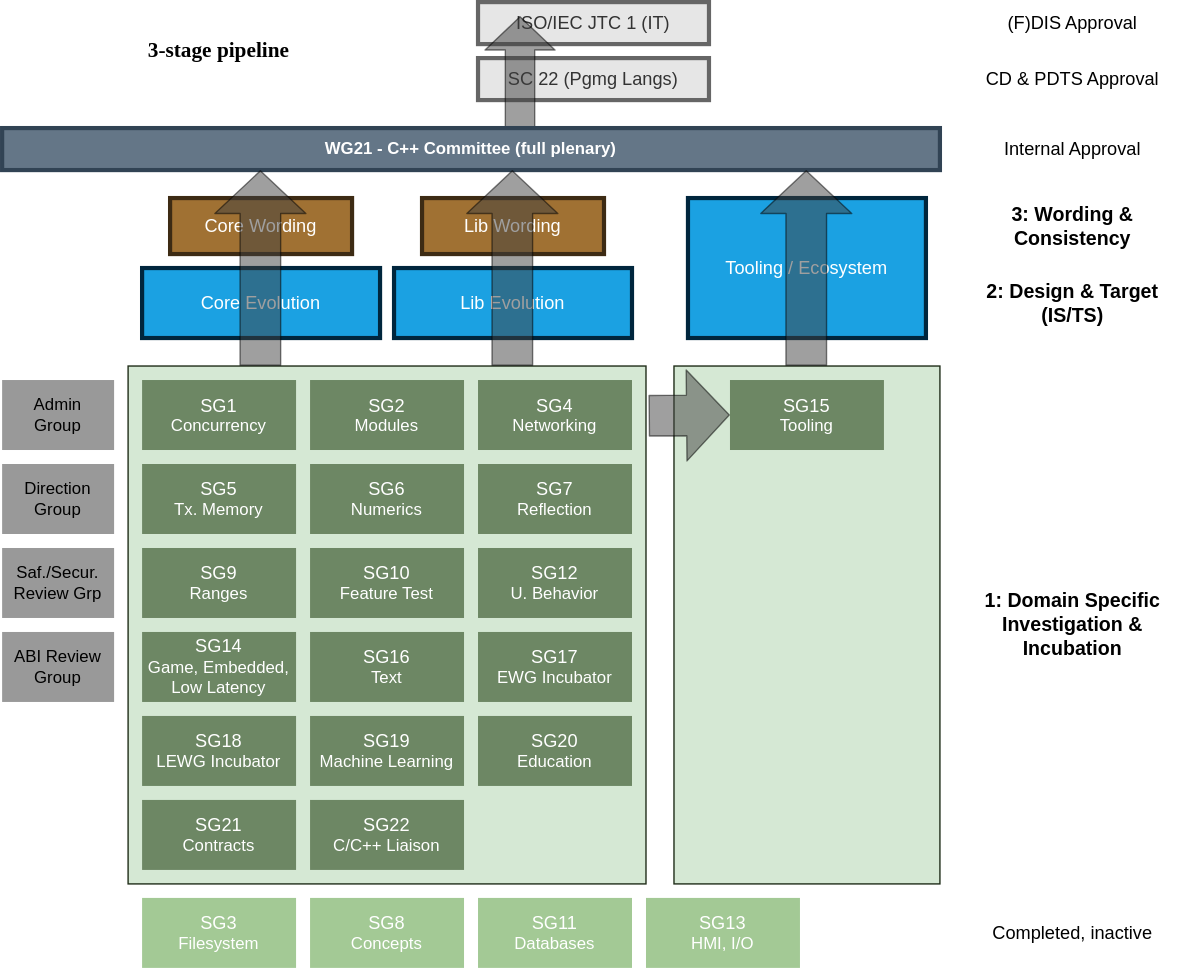
Earlier version of the draw.io export wg21/ecosystem_is/process.drawio.svg (grafikrobot/papers). Source tidied: cells renumbered, new cells last; positions are measured from the earlier drawing's top-left corner, leaving out a move shared by most shapes.
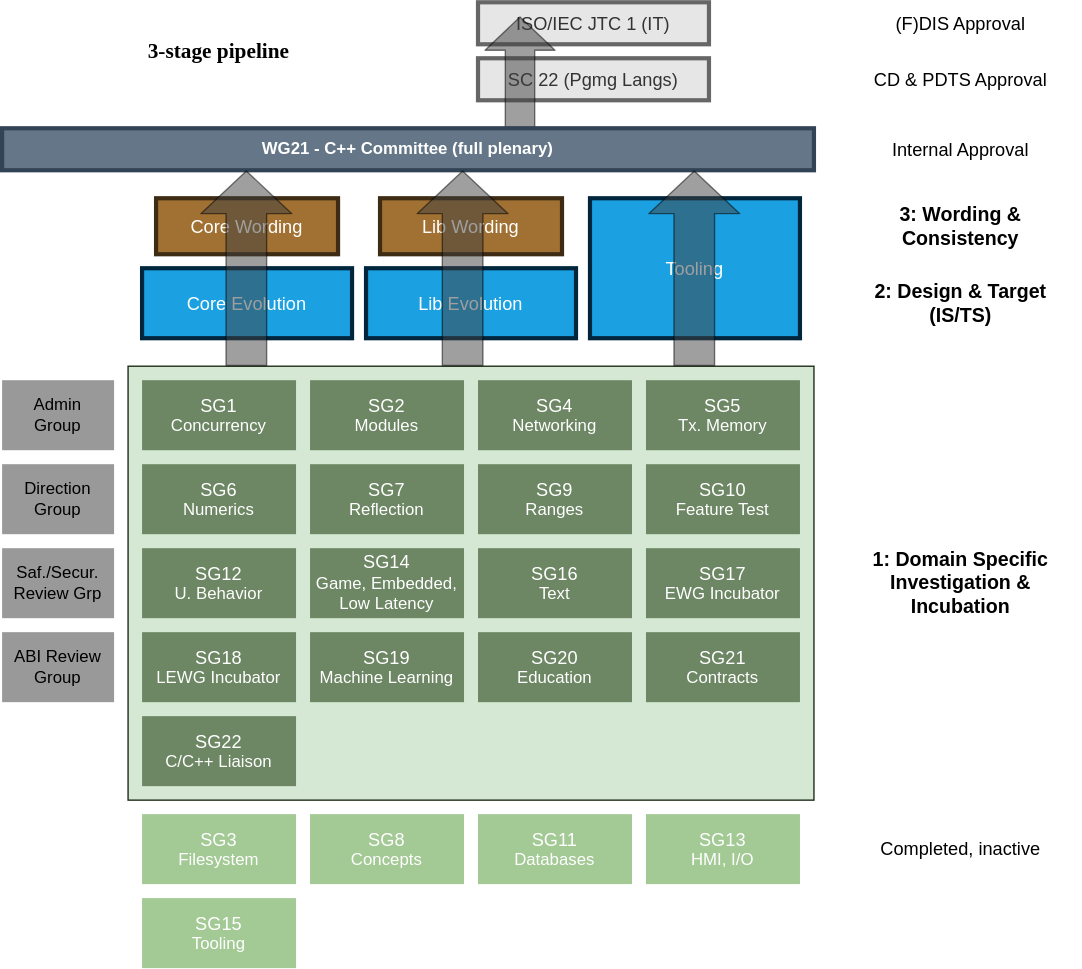
After the commit.

Change to the diagram source:
```diff
@@ -3,7 +3,7 @@
     <mxCell id="0" />
     <mxCell id="1" parent="0" />
     <mxCell id="2" style="rounded=0;whiteSpace=wrap;html=1;fontSize=12;strokeWidth=1;fillColor=#d5e8d4;strokeColor=#212E1A;" parent="1" vertex="1">
-      <mxGeometry x="90" y="260" width="370" height="370" as="geometry" />
+      <mxGeometry x="90" y="260" width="490" height="310" as="geometry" />
     </mxCell>
     <mxCell id="3" value="Admin&lt;br&gt;Group" style="rounded=0;whiteSpace=wrap;html=1;strokeColor=none;fillColor=#999999;" parent="1" vertex="1">
       <mxGeometry y="270" width="80" height="50" as="geometry" />
@@ -27,79 +27,73 @@
       <mxGeometry x="340" y="270" width="110" height="50" as="geometry" />
     </mxCell>
     <mxCell id="10" value="&lt;font style=&quot;font-size: 13px&quot;&gt;SG5&lt;br&gt;&lt;/font&gt;Tx. Memory" style="rounded=0;whiteSpace=wrap;html=1;fillColor=#6d8764;fontColor=#ffffff;strokeColor=none;strokeWidth=1;" parent="1" vertex="1">
-      <mxGeometry x="100" y="330" width="110" height="50" as="geometry" />
+      <mxGeometry x="460" y="270" width="110" height="50" as="geometry" />
     </mxCell>
     <mxCell id="11" value="&lt;font style=&quot;font-size: 13px&quot;&gt;SG6&lt;br&gt;&lt;/font&gt;Numerics" style="rounded=0;whiteSpace=wrap;html=1;fillColor=#6d8764;fontColor=#ffffff;strokeColor=none;strokeWidth=1;" parent="1" vertex="1">
-      <mxGeometry x="220" y="330" width="110" height="50" as="geometry" />
+      <mxGeometry x="100" y="330" width="110" height="50" as="geometry" />
     </mxCell>
     <mxCell id="12" value="&lt;font style=&quot;font-size: 13px&quot;&gt;SG7&lt;/font&gt;&lt;br&gt;Reflection" style="rounded=0;whiteSpace=wrap;html=1;fillColor=#6d8764;fontColor=#ffffff;strokeColor=none;strokeWidth=1;" parent="1" vertex="1">
-      <mxGeometry x="340" y="330" width="110" height="50" as="geometry" />
+      <mxGeometry x="220" y="330" width="110" height="50" as="geometry" />
     </mxCell>
     <mxCell id="13" value="&lt;font style=&quot;font-size: 13px&quot;&gt;SG9&lt;/font&gt;&lt;br&gt;Ranges" style="rounded=0;whiteSpace=wrap;html=1;fillColor=#6d8764;fontColor=#ffffff;strokeColor=none;strokeWidth=1;" parent="1" vertex="1">
-      <mxGeometry x="100" y="390" width="110" height="50" as="geometry" />
+      <mxGeometry x="340" y="330" width="110" height="50" as="geometry" />
     </mxCell>
     <mxCell id="14" value="&lt;font style=&quot;font-size: 13px&quot;&gt;SG10&lt;br&gt;&lt;/font&gt;Feature Test" style="rounded=0;whiteSpace=wrap;html=1;fillColor=#6d8764;fontColor=#ffffff;strokeColor=none;strokeWidth=1;" parent="1" vertex="1">
-      <mxGeometry x="220" y="390" width="110" height="50" as="geometry" />
+      <mxGeometry x="460" y="330" width="110" height="50" as="geometry" />
     </mxCell>
     <mxCell id="15" value="&lt;font style=&quot;font-size: 13px&quot;&gt;SG12&lt;br&gt;&lt;/font&gt;U. Behavior" style="rounded=0;whiteSpace=wrap;html=1;fillColor=#6d8764;fontColor=#ffffff;strokeColor=none;strokeWidth=1;" parent="1" vertex="1">
-      <mxGeometry x="340" y="390" width="110" height="50" as="geometry" />
+      <mxGeometry x="100" y="390" width="110" height="50" as="geometry" />
     </mxCell>
     <mxCell id="16" value="&lt;font style=&quot;font-size: 13px&quot;&gt;SG13&lt;br&gt;&lt;/font&gt;HMI, I/O" style="rounded=0;whiteSpace=wrap;html=1;fillColor=#A3C995;fontColor=#ffffff;strokeColor=none;strokeWidth=1;" parent="1" vertex="1">
-      <mxGeometry x="460" y="640" width="110" height="50" as="geometry" />
+      <mxGeometry x="460" y="580" width="110" height="50" as="geometry" />
     </mxCell>
     <mxCell id="17" value="&lt;font style=&quot;font-size: 13px&quot;&gt;SG14&lt;/font&gt;&lt;br&gt;&lt;font style=&quot;font-size: 12px&quot;&gt;Game, Embedded,&lt;br&gt;Low Latency&lt;/font&gt;" style="rounded=0;whiteSpace=wrap;html=1;fillColor=#6d8764;fontColor=#ffffff;strokeColor=none;strokeWidth=1;" parent="1" vertex="1">
-      <mxGeometry x="100" y="450" width="110" height="50" as="geometry" />
+      <mxGeometry x="220" y="390" width="110" height="50" as="geometry" />
     </mxCell>
     <mxCell id="18" value="&lt;font style=&quot;font-size: 13px&quot;&gt;SG16&lt;/font&gt;&lt;br&gt;Text" style="rounded=0;whiteSpace=wrap;html=1;fillColor=#6d8764;fontColor=#ffffff;strokeColor=none;strokeWidth=1;" parent="1" vertex="1">
-      <mxGeometry x="220" y="450" width="110" height="50" as="geometry" />
+      <mxGeometry x="340" y="390" width="110" height="50" as="geometry" />
     </mxCell>
     <mxCell id="19" value="&lt;font style=&quot;font-size: 13px&quot;&gt;SG17&lt;/font&gt;&lt;br&gt;EWG Incubator" style="rounded=0;whiteSpace=wrap;html=1;fillColor=#6d8764;fontColor=#ffffff;strokeColor=none;strokeWidth=1;" parent="1" vertex="1">
-      <mxGeometry x="340" y="450" width="110" height="50" as="geometry" />
+      <mxGeometry x="460" y="390" width="110" height="50" as="geometry" />
     </mxCell>
     <mxCell id="20" value="&lt;font style=&quot;font-size: 13px&quot;&gt;SG18&lt;/font&gt;&lt;br&gt;LEWG Incubator" style="rounded=0;whiteSpace=wrap;html=1;fillColor=#6d8764;fontColor=#ffffff;strokeColor=none;strokeWidth=1;" parent="1" vertex="1">
-      <mxGeometry x="100" y="510" width="110" height="50" as="geometry" />
+      <mxGeometry x="100" y="450" width="110" height="50" as="geometry" />
     </mxCell>
     <mxCell id="21" value="&lt;font style=&quot;font-size: 13px&quot;&gt;SG19&lt;/font&gt;&lt;br&gt;Machine Learning" style="rounded=0;whiteSpace=wrap;html=1;fillColor=#6d8764;fontColor=#ffffff;strokeColor=none;strokeWidth=1;" parent="1" vertex="1">
-      <mxGeometry x="220" y="510" width="110" height="50" as="geometry" />
+      <mxGeometry x="220" y="450" width="110" height="50" as="geometry" />
     </mxCell>
     <mxCell id="22" value="&lt;font style=&quot;font-size: 13px&quot;&gt;SG20&lt;/font&gt;&lt;br&gt;Education" style="rounded=0;whiteSpace=wrap;html=1;fillColor=#6d8764;fontColor=#ffffff;strokeColor=none;strokeWidth=1;" parent="1" vertex="1">
-      <mxGeometry x="340" y="510" width="110" height="50" as="geometry" />
+      <mxGeometry x="340" y="450" width="110" height="50" as="geometry" />
     </mxCell>
     <mxCell id="23" value="&lt;font style=&quot;font-size: 13px&quot;&gt;SG21&lt;/font&gt;&lt;br&gt;Contracts" style="rounded=0;whiteSpace=wrap;html=1;fillColor=#6d8764;fontColor=#ffffff;strokeColor=none;strokeWidth=1;" parent="1" vertex="1">
-      <mxGeometry x="100" y="570" width="110" height="50" as="geometry" />
+      <mxGeometry x="460" y="450" width="110" height="50" as="geometry" />
     </mxCell>
     <mxCell id="24" value="&lt;font style=&quot;font-size: 13px&quot;&gt;SG22&lt;/font&gt;&lt;br&gt;C/C++ Liaison" style="rounded=0;whiteSpace=wrap;html=1;fillColor=#6d8764;fontColor=#ffffff;strokeColor=none;strokeWidth=1;" parent="1" vertex="1">
-      <mxGeometry x="220" y="570" width="110" height="50" as="geometry" />
+      <mxGeometry x="100" y="510" width="110" height="50" as="geometry" />
     </mxCell>
     <mxCell id="25" value="&lt;font style=&quot;font-size: 13px&quot;&gt;SG3&lt;/font&gt;&lt;br&gt;Filesystem" style="rounded=0;whiteSpace=wrap;html=1;fillColor=#A3C995;strokeColor=none;strokeWidth=1;fontColor=#ffffff;" parent="1" vertex="1">
-      <mxGeometry x="100" y="640" width="110" height="50" as="geometry" />
+      <mxGeometry x="100" y="580" width="110" height="50" as="geometry" />
     </mxCell>
     <mxCell id="26" value="&lt;font style=&quot;font-size: 13px&quot;&gt;SG8&lt;/font&gt;&lt;br&gt;Concepts" style="rounded=0;whiteSpace=wrap;html=1;fillColor=#A3C995;strokeColor=none;strokeWidth=1;fontColor=#ffffff;" parent="1" vertex="1">
-      <mxGeometry x="220" y="640" width="110" height="50" as="geometry" />
+      <mxGeometry x="220" y="580" width="110" height="50" as="geometry" />
     </mxCell>
     <mxCell id="27" value="&lt;font style=&quot;font-size: 13px&quot;&gt;SG11&lt;/font&gt;&lt;br&gt;Databases" style="rounded=0;whiteSpace=wrap;html=1;fillColor=#A3C995;strokeColor=none;strokeWidth=1;fontColor=#ffffff;" parent="1" vertex="1">
-      <mxGeometry x="340" y="640" width="110" height="50" as="geometry" />
+      <mxGeometry x="340" y="580" width="110" height="50" as="geometry" />
     </mxCell>
     <mxCell id="28" value="&lt;font style=&quot;font-size: 13px&quot;&gt;Core Evolution&lt;/font&gt;" style="rounded=0;whiteSpace=wrap;html=1;fontSize=12;strokeColor=#00263D;strokeWidth=3;fillColor=#1ba1e2;fontColor=#ffffff;" parent="1" vertex="1">
-      <mxGeometry x="100" y="190" width="170" height="50" as="geometry" />
+      <mxGeometry x="100" y="190" width="150" height="50" as="geometry" />
     </mxCell>
-    <mxCell id="29" value="&lt;font style=&quot;font-size: 13px&quot;&gt;Lib Evolution&lt;/font&gt;" style="rounded=0;whiteSpace=wrap;html=1;fontSize=12;strokeColor=#00263D;strokeWidth=3;fillColor=#1ba1e2;fontColor=#ffffff;" parent="1" vertex="1">
-      <mxGeometry x="280" y="190" width="170" height="50" as="geometry" />
-    </mxCell>
     <mxCell id="30" value="&lt;font style=&quot;font-size: 13px&quot;&gt;Core Wording&lt;/font&gt;" style="rounded=0;whiteSpace=wrap;html=1;fontSize=12;strokeColor=#3D2B14;strokeWidth=3;fillColor=#A07133;fontColor=#ffffff;" parent="1" vertex="1">
-      <mxGeometry x="120" y="140" width="130" height="40" as="geometry" />
+      <mxGeometry x="110" y="140" width="130" height="40" as="geometry" />
     </mxCell>
     <mxCell id="31" value="&lt;font style=&quot;font-size: 13px&quot;&gt;Lib Wording&lt;/font&gt;" style="rounded=0;whiteSpace=wrap;html=1;fontSize=12;strokeColor=#3D2B14;strokeWidth=3;fillColor=#A07133;fontColor=#ffffff;" parent="1" vertex="1">
-      <mxGeometry x="300" y="140" width="130" height="40" as="geometry" />
+      <mxGeometry x="270" y="140" width="130" height="40" as="geometry" />
     </mxCell>
-    <mxCell id="32" style="rounded=0;whiteSpace=wrap;html=1;fontSize=12;strokeWidth=1;fillColor=#d5e8d4;strokeColor=#212E1A;" parent="1" vertex="1">
-      <mxGeometry x="480" y="260" width="190" height="370" as="geometry" />
-    </mxCell>
-    <mxCell id="33" value="&lt;font style=&quot;font-size: 13px&quot;&gt;Tooling / Ecosystem&lt;/font&gt;" style="rounded=0;whiteSpace=wrap;html=1;fontSize=12;strokeColor=#00263D;strokeWidth=3;fillColor=#1ba1e2;fontColor=#ffffff;" parent="1" vertex="1">
-      <mxGeometry x="490" y="140" width="170" height="100" as="geometry" />
+    <mxCell id="33" value="&lt;font style=&quot;font-size: 13px&quot;&gt;Tooling&lt;/font&gt;" style="rounded=0;whiteSpace=wrap;html=1;fontSize=12;strokeColor=#00263D;strokeWidth=3;fillColor=#1ba1e2;fontColor=#ffffff;" parent="1" vertex="1">
+      <mxGeometry x="420" y="140" width="150" height="100" as="geometry" />
     </mxCell>
-    <mxCell id="34" value="&lt;span style=&quot;font-size: 13px&quot;&gt;SG15&lt;/span&gt;&lt;br&gt;&lt;font style=&quot;font-size: 12px&quot;&gt;Tooling&lt;/font&gt;" style="rounded=0;whiteSpace=wrap;html=1;fillColor=#6d8764;fontColor=#ffffff;strokeColor=none;strokeWidth=1;" parent="1" vertex="1">
-      <mxGeometry x="520" y="270" width="110" height="50" as="geometry" />
+    <mxCell id="34" value="&lt;span style=&quot;font-size: 13px&quot;&gt;SG15&lt;/span&gt;&lt;br&gt;&lt;font style=&quot;font-size: 12px&quot;&gt;Tooling&lt;/font&gt;" style="rounded=0;whiteSpace=wrap;html=1;fillColor=#A3C995;fontColor=#ffffff;strokeColor=none;strokeWidth=1;" parent="1" vertex="1">
+      <mxGeometry x="100" y="640" width="110" height="50" as="geometry" />
     </mxCell>
     <mxCell id="35" value="SC 22 (Pgmg Langs)" style="rounded=0;whiteSpace=wrap;html=1;fontSize=13;strokeColor=#666666;strokeWidth=3;fillColor=#E6E6E6;fontColor=#333333;" parent="1" vertex="1">
       <mxGeometry x="340" y="40" width="165" height="30" as="geometry" />
@@ -107,9 +101,6 @@
     <mxCell id="36" value="ISO/IEC JTC 1 (IT)" style="rounded=0;whiteSpace=wrap;html=1;fontSize=13;strokeColor=#666666;strokeWidth=3;fillColor=#E6E6E6;fontColor=#333333;" parent="1" vertex="1">
       <mxGeometry x="340" width="165" height="30" as="geometry" />
     </mxCell>
-    <mxCell id="37" style="shape=flexArrow;endArrow=classic;html=1;fontSize=13;endWidth=35;endSize=9.83;width=29;fillColor=#404040;fillOpacity=50;strokeColor=default;strokeOpacity=50;entryX=0;entryY=0.5;entryDx=0;entryDy=0;exitX=1.005;exitY=0.096;exitDx=0;exitDy=0;exitPerimeter=0;" parent="1" edge="1" source="2" target="34">
-      <mxGeometry relative="1" as="geometry" />
-    </mxCell>
     <mxCell id="38" style="shape=flexArrow;endArrow=classic;html=1;fontSize=13;endWidth=28;endSize=7.58;width=21;fillColor=#404040;fillOpacity=50;strokeColor=default;strokeOpacity=50;" parent="1" edge="1">
       <mxGeometry relative="1" as="geometry">
         <mxPoint x="370" y="90" as="sourcePoint" />
@@ -120,46 +111,49 @@
       <mxGeometry width="310" height="70" as="geometry" />
     </mxCell>
     <mxCell id="40" value="&lt;font face=&quot;Helvetica&quot;&gt;(F)DIS Approval&lt;/font&gt;" style="rounded=0;whiteSpace=wrap;html=1;fontFamily=Garamond;fontSize=13;strokeColor=none;strokeWidth=3;fillColor=none;" parent="1" vertex="1">
-      <mxGeometry x="680" width="170" height="30" as="geometry" />
+      <mxGeometry x="600" width="170" height="30" as="geometry" />
     </mxCell>
     <mxCell id="41" value="&lt;font face=&quot;Helvetica&quot;&gt;CD &amp;amp; PDTS Approval&lt;/font&gt;" style="rounded=0;whiteSpace=wrap;html=1;fontFamily=Garamond;fontSize=13;strokeColor=none;strokeWidth=3;fillColor=none;" parent="1" vertex="1">
-      <mxGeometry x="680" y="40" width="170" height="30" as="geometry" />
+      <mxGeometry x="600" y="40" width="170" height="30" as="geometry" />
     </mxCell>
     <mxCell id="42" value="&lt;font face=&quot;Helvetica&quot;&gt;Internal Approval&lt;/font&gt;" style="rounded=0;whiteSpace=wrap;html=1;fontFamily=Garamond;fontSize=13;strokeColor=none;strokeWidth=3;fillColor=none;" parent="1" vertex="1">
-      <mxGeometry x="680" y="90" width="170" height="30" as="geometry" />
+      <mxGeometry x="600" y="90" width="170" height="30" as="geometry" />
     </mxCell>
     <mxCell id="43" value="&lt;font face=&quot;Helvetica&quot; size=&quot;1&quot;&gt;&lt;b style=&quot;font-size: 14px&quot;&gt;3: Wording &amp;amp; Consistency&lt;/b&gt;&lt;/font&gt;" style="rounded=0;whiteSpace=wrap;html=1;fontFamily=Garamond;fontSize=13;strokeColor=none;strokeWidth=3;fillColor=none;" parent="1" vertex="1">
-      <mxGeometry x="680" y="145" width="170" height="30" as="geometry" />
+      <mxGeometry x="600" y="145" width="170" height="30" as="geometry" />
     </mxCell>
     <mxCell id="44" value="&lt;font face=&quot;Helvetica&quot; size=&quot;1&quot;&gt;&lt;b style=&quot;font-size: 14px&quot;&gt;2: Design &amp;amp; Target (IS/TS)&lt;/b&gt;&lt;/font&gt;" style="rounded=0;whiteSpace=wrap;html=1;fontFamily=Garamond;fontSize=13;strokeColor=none;strokeWidth=3;fillColor=none;" parent="1" vertex="1">
-      <mxGeometry x="680" y="200" width="170" height="30" as="geometry" />
+      <mxGeometry x="600" y="200" width="170" height="30" as="geometry" />
     </mxCell>
     <mxCell id="45" value="&lt;font face=&quot;Helvetica&quot; size=&quot;1&quot;&gt;&lt;b style=&quot;font-size: 14px&quot;&gt;1: Domain Specific Investigation &amp;amp; Incubation&lt;/b&gt;&lt;/font&gt;" style="rounded=0;whiteSpace=wrap;html=1;fontFamily=Garamond;fontSize=13;strokeColor=none;strokeWidth=3;fillColor=none;" parent="1" vertex="1">
-      <mxGeometry x="680" y="260" width="170" height="370" as="geometry" />
+      <mxGeometry x="600" y="260" width="170" height="310" as="geometry" />
     </mxCell>
     <mxCell id="46" value="&lt;b&gt;WG21 - C++ Committee (full plenary)&lt;/b&gt;" style="rounded=0;whiteSpace=wrap;html=1;fontFamily=Helvetica;fontSize=12;strokeColor=#314354;strokeWidth=3;fillColor=#647687;fontColor=#ffffff;" parent="1" vertex="1">
-      <mxGeometry y="90" width="670" height="30" as="geometry" />
+      <mxGeometry y="90" width="580" height="30" as="geometry" />
     </mxCell>
-    <mxCell id="47" style="shape=flexArrow;endArrow=classic;html=1;fontSize=13;endWidth=35;endSize=9.83;width=29;fillColor=#404040;fillOpacity=50;strokeColor=default;strokeOpacity=50;" parent="1" edge="1">
-      <mxGeometry relative="1" as="geometry">
-        <mxPoint x="574.5" y="260" as="sourcePoint" />
-        <mxPoint x="574.5" y="120" as="targetPoint" />
-      </mxGeometry>
-    </mxCell>
-    <mxCell id="48" style="shape=flexArrow;endArrow=classic;html=1;fontSize=13;endWidth=35;endSize=9.83;width=29;fillColor=#404040;fillOpacity=50;strokeColor=default;strokeOpacity=50;" parent="1" edge="1">
-      <mxGeometry relative="1" as="geometry">
-        <mxPoint x="364.5" y="260" as="sourcePoint" />
-        <mxPoint x="364.5" y="120" as="targetPoint" />
-      </mxGeometry>
-    </mxCell>
     <mxCell id="49" style="shape=flexArrow;endArrow=classic;html=1;fontSize=13;endWidth=35;endSize=9.83;width=29;fillColor=#404040;fillOpacity=50;strokeColor=default;strokeOpacity=50;" parent="1" edge="1">
       <mxGeometry relative="1" as="geometry">
-        <mxPoint x="184.5" y="260" as="sourcePoint" />
-        <mxPoint x="184.5" y="120" as="targetPoint" />
+        <mxPoint x="174.5" y="260" as="sourcePoint" />
+        <mxPoint x="174.5" y="120" as="targetPoint" />
       </mxGeometry>
     </mxCell>
     <mxCell id="50" value="&lt;font face=&quot;Helvetica&quot;&gt;Completed, inactive&lt;/font&gt;" style="rounded=0;whiteSpace=wrap;html=1;fontFamily=Garamond;fontSize=13;strokeColor=none;strokeWidth=3;fillColor=none;" parent="1" vertex="1">
-      <mxGeometry x="680" y="640" width="170" height="50" as="geometry" />
+      <mxGeometry x="600" y="580" width="170" height="50" as="geometry" />
     </mxCell>
+    <mxCell id="29" value="&lt;font style=&quot;font-size: 13px&quot;&gt;Lib Evolution&lt;/font&gt;" style="rounded=0;whiteSpace=wrap;html=1;fontSize=12;strokeColor=#00263D;strokeWidth=3;fillColor=#1ba1e2;fontColor=#ffffff;" parent="1" vertex="1">
+      <mxGeometry x="260" y="190" width="150" height="50" as="geometry" />
+    </mxCell>
+    <mxCell id="47" style="shape=flexArrow;endArrow=classic;html=1;fontSize=13;endWidth=35;endSize=9.83;width=29;fillColor=#404040;fillOpacity=50;strokeColor=default;strokeOpacity=50;" parent="1" edge="1">
+      <mxGeometry relative="1" as="geometry">
+        <mxPoint x="329" y="260" as="sourcePoint" />
+        <mxPoint x="329" y="120" as="targetPoint" />
+      </mxGeometry>
+    </mxCell>
+    <mxCell id="51" style="shape=flexArrow;endArrow=classic;html=1;fontSize=13;endWidth=35;endSize=9.83;width=29;fillColor=#404040;fillOpacity=50;strokeColor=default;strokeOpacity=50;" parent="1" edge="1">
+      <mxGeometry relative="1" as="geometry">
+        <mxPoint x="494.5" y="260" as="sourcePoint" />
+        <mxPoint x="494.5" y="120" as="targetPoint" />
+      </mxGeometry>
+    </mxCell>
   </root>
 </mxGraphModel>
```
